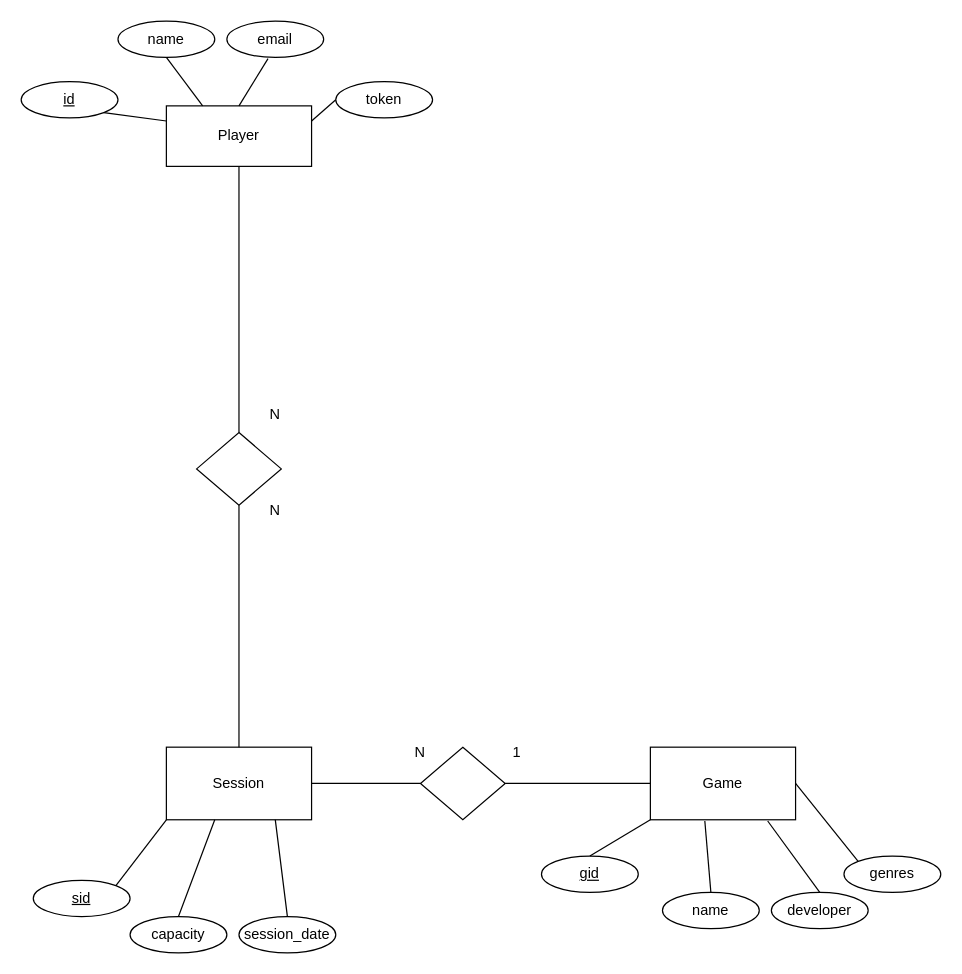
isel-leic-ls/2324-2-LEIC42D-G06 keeps this draw.io diagram as Docs/ER/Sessions.drawio. Above is the earlier version. Source tidied: cells renumbered, new cells numbered last; positions are measured from the earlier drawing's top-left corner, leaving out a move shared by most shapes. Both pictures are drawn from the tidied source at 121%, with x=0, y=0 at pixel (21, 21).
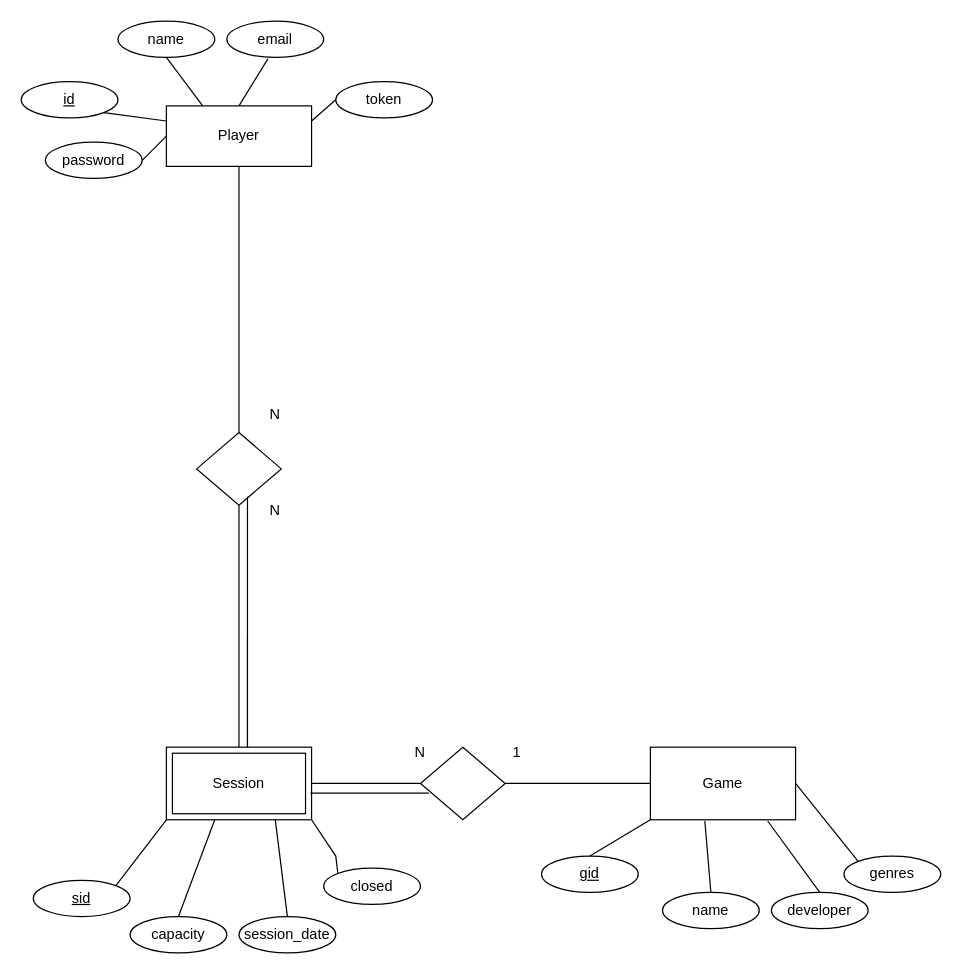
After the change.

The change refers to these unchanged cells:
```xml
<mxCell id="2" value="Player" style="rounded=0;whiteSpace=wrap;html=1;" parent="1" vertex="1">
  <mxGeometry x="120" y="70" width="120" height="50" as="geometry" />
</mxCell>
<mxCell id="21" value="sid" style="ellipse;whiteSpace=wrap;html=1;fontStyle=4;" parent="1" vertex="1">
  <mxGeometry x="10" y="710" width="80" height="30" as="geometry" />
</mxCell>
<mxCell id="23" value="capacity" style="ellipse;whiteSpace=wrap;html=1;fontStyle=0;" parent="1" vertex="1">
  <mxGeometry x="90" y="740" width="80" height="30" as="geometry" />
</mxCell>
<mxCell id="24" value="session_date" style="ellipse;whiteSpace=wrap;html=1;fontStyle=0;" parent="1" vertex="1">
  <mxGeometry x="180" y="740" width="80" height="30" as="geometry" />
</mxCell>
<mxCell id="27" style="rhombus;whiteSpace=wrap;html=1;" parent="1" vertex="1">
  <mxGeometry x="330" y="600" width="70" height="60" as="geometry" />
</mxCell>
<mxCell id="33" value="N" style="text;html=1;align=center;verticalAlign=middle;whiteSpace=wrap;rounded=0;" parent="1" vertex="1">
  <mxGeometry x="180" y="390" width="60" height="30" as="geometry" />
</mxCell>
```

What changed in the source:
```diff
@@
-    <mxCell id="20" value="Session" style="rounded=0;whiteSpace=wrap;html=1;" parent="1" vertex="1">
-      <mxGeometry x="120" y="600" width="120" height="60" as="geometry" />
-    </mxCell>
@@
-    <mxCell id="22" style="endArrow=none;html=1;rounded=0;entryX=0;entryY=1;entryDx=0;entryDy=0;exitX=1;exitY=0;exitDx=0;exitDy=0;" parent="1" edge="1" source="21" target="20">
-      <mxGeometry relative="1" as="geometry" />
+    <mxCell id="22" style="endArrow=none;html=1;rounded=0;entryX=0;entryY=1;entryDx=0;entryDy=0;exitX=1;exitY=0;exitDx=0;exitDy=0;" parent="1" edge="1" source="21">
+      <mxGeometry relative="1" as="geometry">
+        <mxPoint x="120" y="660" as="targetPoint" />
+      </mxGeometry>
     </mxCell>
@@
-    <mxCell id="25" style="endArrow=none;html=1;rounded=0;entryX=0.333;entryY=1;entryDx=0;entryDy=0;entryPerimeter=0;exitX=0.5;exitY=0;exitDx=0;exitDy=0;" parent="1" edge="1" source="23" target="20">
-      <mxGeometry relative="1" as="geometry" />
+    <mxCell id="25" style="endArrow=none;html=1;rounded=0;entryX=0.333;entryY=1;entryDx=0;entryDy=0;entryPerimeter=0;exitX=0.5;exitY=0;exitDx=0;exitDy=0;" parent="1" edge="1" source="23">
+      <mxGeometry relative="1" as="geometry">
+        <mxPoint x="160" y="660" as="targetPoint" />
+      </mxGeometry>
     </mxCell>
-    <mxCell id="26" style="endArrow=none;html=1;rounded=0;entryX=0.75;entryY=1;entryDx=0;entryDy=0;exitX=0.5;exitY=0;exitDx=0;exitDy=0;" parent="1" edge="1" source="24" target="20">
-      <mxGeometry relative="1" as="geometry" />
+    <mxCell id="26" style="endArrow=none;html=1;rounded=0;entryX=0.75;entryY=1;entryDx=0;entryDy=0;exitX=0.5;exitY=0;exitDx=0;exitDy=0;" parent="1" edge="1" source="24">
+      <mxGeometry relative="1" as="geometry">
+        <mxPoint x="210" y="660" as="targetPoint" />
+      </mxGeometry>
     </mxCell>
@@
-    <mxCell id="28" style="endArrow=none;html=1;rounded=0;entryX=0;entryY=0.5;entryDx=0;entryDy=0;exitX=1;exitY=0.5;exitDx=0;exitDy=0;" parent="1" edge="1" source="20" target="27">
-      <mxGeometry relative="1" as="geometry" />
+    <mxCell id="28" style="endArrow=none;html=1;rounded=0;entryX=0;entryY=0.5;entryDx=0;entryDy=0;exitX=1;exitY=0.5;exitDx=0;exitDy=0;" parent="1" edge="1" target="27">
+      <mxGeometry relative="1" as="geometry">
+        <mxPoint x="240" y="630" as="sourcePoint" />
+      </mxGeometry>
     </mxCell>
@@
+    <mxCell id="20" value="Session" style="shape=ext;margin=3;double=1;whiteSpace=wrap;html=1;align=center;" parent="1" vertex="1">
+      <mxGeometry x="120" y="600" width="120" height="60" as="geometry" />
+    </mxCell>
+    <mxCell id="37" value="password" style="ellipse;whiteSpace=wrap;html=1;fontStyle=0;" parent="1" vertex="1">
+      <mxGeometry x="20" y="100" width="80" height="30" as="geometry" />
+    </mxCell>
+    <mxCell id="38" style="endArrow=none;html=1;rounded=0;entryX=0;entryY=0.5;entryDx=0;entryDy=0;exitX=1;exitY=0.5;exitDx=0;exitDy=0;" parent="1" edge="1" source="37" target="2">
+      <mxGeometry relative="1" as="geometry" />
+    </mxCell>
+    <mxCell id="39" style="endArrow=none;html=1;rounded=0;entryX=0.117;entryY=0.1;entryDx=0;entryDy=0;entryPerimeter=0;" parent="1" edge="1" target="33">
+      <mxGeometry relative="1" as="geometry">
+        <mxPoint x="187" y="600" as="sourcePoint" />
+      </mxGeometry>
+    </mxCell>
+    <mxCell id="40" style="endArrow=none;html=1;rounded=0;entryX=0.992;entryY=0.633;entryDx=0;entryDy=0;entryPerimeter=0;exitX=0.1;exitY=0.633;exitDx=0;exitDy=0;exitPerimeter=0;" parent="1" edge="1" source="27" target="20">
+      <mxGeometry relative="1" as="geometry" />
+    </mxCell>
+    <mxCell id="41" value="closed" style="ellipse;whiteSpace=wrap;html=1;fontStyle=0;" parent="1" vertex="1">
+      <mxGeometry x="250" y="700" width="80" height="30" as="geometry" />
+    </mxCell>
+    <mxCell id="42" style="endArrow=none;html=1;rounded=0;entryX=1;entryY=1;entryDx=0;entryDy=0;exitX=0;exitY=0;exitDx=0;exitDy=0;" parent="1" edge="1" source="41" target="20">
+      <mxGeometry relative="1" as="geometry">
+        <Array as="points">
+          <mxPoint x="260" y="690" />
+        </Array>
+      </mxGeometry>
+    </mxCell>
```
